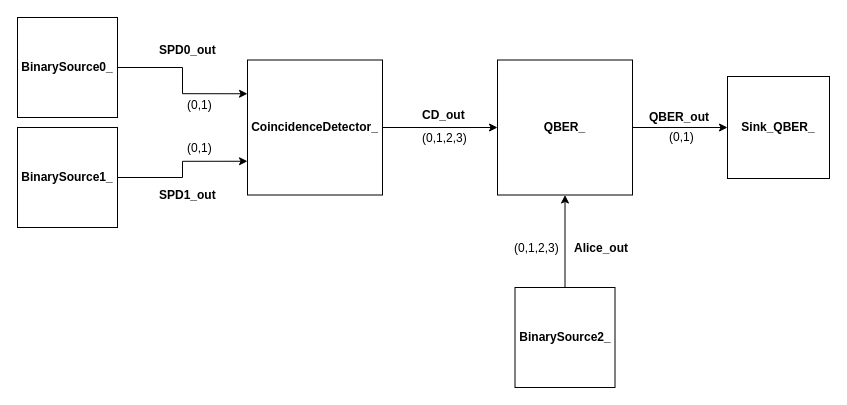
The draw.io diagram doc/tex/sdf/arduino_quantum_rx/figures_raw/NetXPTO_implementation.drawio in netxpto/Arduino, before the edit. Source tidied: cells renumbered, new cells numbered last; positions are measured from the earlier drawing's top-left corner, leaving out a move shared by most shapes. Both pictures are drawn from the tidied source at 100%, with x=0, y=0 at pixel (17, 17).
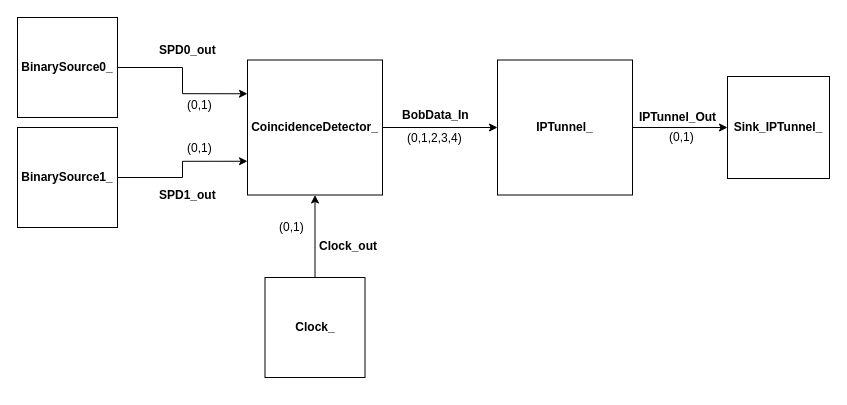
Above is the later version.

The change refers to these unchanged cells:
```xml
<mxCell id="9" value="&lt;b&gt;CoincidenceDetector_&lt;/b&gt;" style="whiteSpace=wrap;html=1;" parent="1" vertex="1">
  <mxGeometry x="230" y="42.5" width="135" height="135" as="geometry" />
</mxCell>
```

Change to the diagram source:
```diff
@@
-    <mxCell id="6" style="edgeStyle=orthogonalEdgeStyle;rounded=0;jettySize=auto;html=1;exitX=0.5;exitY=0;exitDx=0;exitDy=0;entryX=0.5;entryY=1;entryDx=0;entryDy=0;" parent="1" edge="1" source="7" target="11">
-      <mxGeometry relative="1" as="geometry" />
-    </mxCell>
-    <mxCell id="7" value="&lt;b&gt;BinarySource2_&lt;br&gt;&lt;/b&gt;" style="whiteSpace=wrap;html=1;" parent="1" vertex="1">
-      <mxGeometry x="497.5" y="270" width="100" height="100" as="geometry" />
-    </mxCell>
@@
-    <mxCell id="11" value="&lt;b&gt;QBER_&lt;/b&gt;" style="whiteSpace=wrap;html=1;" parent="1" vertex="1">
+    <mxCell id="11" value="&lt;b&gt;IPTunnel_&lt;/b&gt;" style="whiteSpace=wrap;html=1;" parent="1" vertex="1">
       <mxGeometry x="480" y="42.5" width="135" height="135" as="geometry" />
     </mxCell>
-    <mxCell id="12" value="&lt;b&gt;CD_out&lt;/b&gt;" style="text;html=1;align=left;verticalAlign=top;spacingTop=-4;" parent="1" vertex="1">
-      <mxGeometry x="402.5" y="88" width="60" height="20" as="geometry" />
+    <mxCell id="12" value="&lt;b&gt;BobData_In&lt;/b&gt;" style="text;html=1;align=left;verticalAlign=top;spacingTop=-4;" parent="1" vertex="1">
+      <mxGeometry x="382.5" y="88" width="80" height="20" as="geometry" />
     </mxCell>
-    <mxCell id="13" value="&lt;b&gt;Sink_QBER_&lt;/b&gt;" style="whiteSpace=wrap;html=1;" parent="1" vertex="1">
+    <mxCell id="13" value="&lt;b&gt;Sink_IPTunnel_&lt;/b&gt;" style="whiteSpace=wrap;html=1;" parent="1" vertex="1">
       <mxGeometry x="710" y="59" width="102" height="102" as="geometry" />
     </mxCell>
@@
-    <mxCell id="17" value="&lt;b&gt;QBER_out&lt;/b&gt;" style="text;html=1;align=left;verticalAlign=top;spacingTop=-4;" parent="1" vertex="1">
-      <mxGeometry x="630" y="90" width="80" height="20" as="geometry" />
+    <mxCell id="17" value="&lt;b&gt;IPTunnel_Out&lt;/b&gt;" style="text;html=1;align=left;verticalAlign=top;spacingTop=-4;" parent="1" vertex="1">
+      <mxGeometry x="620" y="90" width="90" height="20" as="geometry" />
     </mxCell>
-    <mxCell id="18" value="&lt;b&gt;Alice_out&lt;/b&gt;" style="text;html=1;align=left;verticalAlign=top;spacingTop=-4;" parent="1" vertex="1">
-      <mxGeometry x="555" y="221" width="70" height="20" as="geometry" />
-    </mxCell>
@@
-    <mxCell id="21" value="(0,1,2,3)" style="text;html=1;align=left;verticalAlign=top;spacingTop=-4;" parent="1" vertex="1">
-      <mxGeometry x="402.5" y="111" width="60" height="20" as="geometry" />
+    <mxCell id="21" value="(0,1,2,3,4)" style="text;html=1;align=left;verticalAlign=top;spacingTop=-4;" parent="1" vertex="1">
+      <mxGeometry x="387.5" y="111" width="70" height="20" as="geometry" />
     </mxCell>
-    <mxCell id="22" value="(0,1,2,3)" style="text;html=1;align=left;verticalAlign=top;spacingTop=-4;" parent="1" vertex="1">
-      <mxGeometry x="495" y="221" width="60" height="20" as="geometry" />
-    </mxCell>
@@
+    <mxCell id="24" style="edgeStyle=orthogonalEdgeStyle;rounded=0;jettySize=auto;html=1;exitX=0.5;exitY=0;exitDx=0;exitDy=0;entryX=0.5;entryY=1;entryDx=0;entryDy=0;" parent="1" edge="1" source="25" target="9">
+      <mxGeometry relative="1" as="geometry" />
+    </mxCell>
+    <mxCell id="25" value="&lt;b&gt;Clock_&lt;br&gt;&lt;/b&gt;" style="whiteSpace=wrap;html=1;" parent="1" vertex="1">
+      <mxGeometry x="247.5" y="260" width="100" height="100" as="geometry" />
+    </mxCell>
+    <mxCell id="26" value="&lt;b&gt;Clock_out&lt;/b&gt;" style="text;html=1;align=left;verticalAlign=top;spacingTop=-4;" parent="1" vertex="1">
+      <mxGeometry x="300" y="219" width="70" height="20" as="geometry" />
+    </mxCell>
+    <mxCell id="27" value="(0,1)" style="text;html=1;align=left;verticalAlign=top;spacingTop=-4;" parent="1" vertex="1">
+      <mxGeometry x="260" y="200" width="40" height="20" as="geometry" />
+    </mxCell>
```
